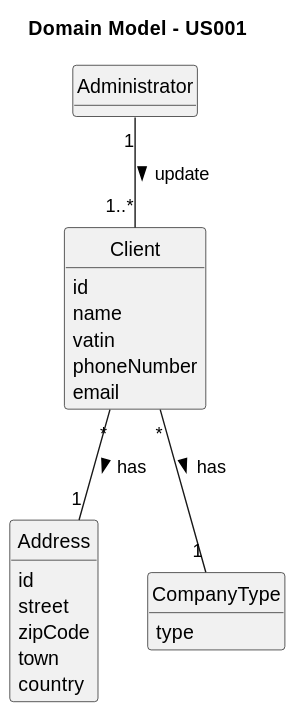
The PlantUML diagram documentation/user-stories/us003/02.analysis/svg/us003-domain-model.svg in daniel41silva05/Production_Control_Industrial_ISEP, before a commit.
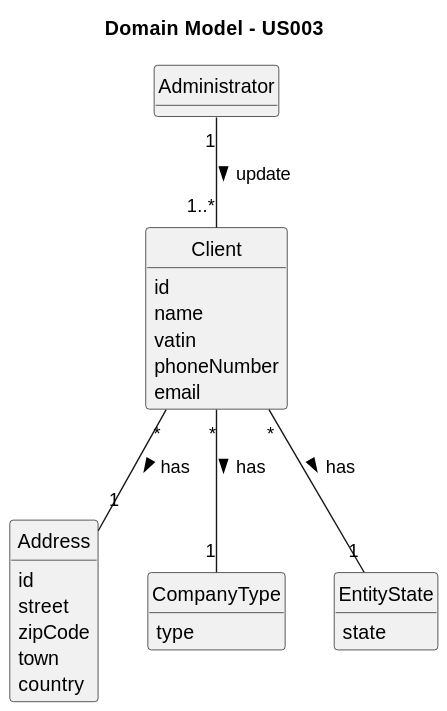
Above is the later version.

Diff of the diagram source:
```diff
@@ -8,7 +8,7 @@
 hide circle
 hide methods
 
-title Domain Model - US001
+title Domain Model - US003
 
 class Administrator {
 }
@@ -33,7 +33,12 @@
     type
 }
 
+enum EntityState {
+    state
+}
+
 Administrator "1" -- "1..*" Client : update >
 Client "*" -- "1" Address : has >
 Client "*" -- "1" CompanyType : has >
+Client "*" -- "1" EntityState : has >
 @enduml
```
